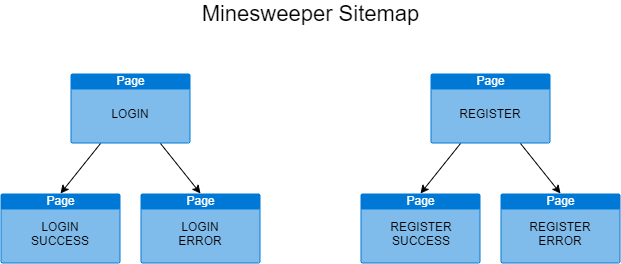
Above: Planning and Design/Sitemap/Sitemap.png in darthxvaderxd/CST-247-Project (draw.io), before the change. Source tidied: cells renumbered, new cells last; positions are measured from the earlier drawing's top-left corner, leaving out a move shared by most shapes.
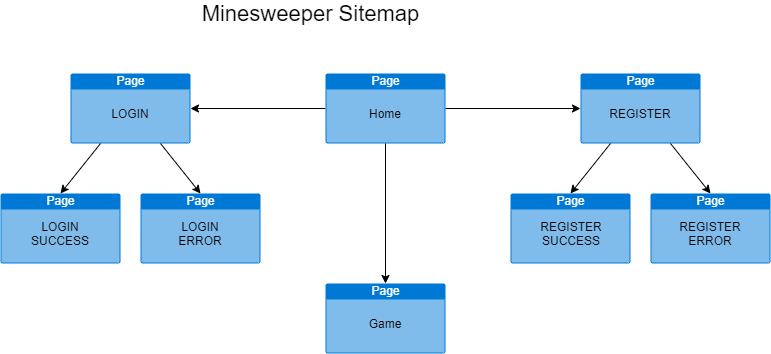
After the change.

What changed in the source:
```diff
@@ -9,10 +9,10 @@
       <mxGeometry x="110" y="100" width="40" height="20" as="geometry" />
     </mxCell>
     <mxCell id="4" value="Page" style="html=1;strokeColor=none;fillColor=#0079D6;labelPosition=center;verticalLabelPosition=middle;verticalAlign=top;align=center;fontSize=12;outlineConnect=0;spacingTop=-6;fontColor=#FFFFFF;shape=mxgraph.sitemap.page;" parent="1" vertex="1">
-      <mxGeometry x="430" y="70" width="120" height="70" as="geometry" />
+      <mxGeometry x="580" y="70" width="120" height="70" as="geometry" />
     </mxCell>
     <mxCell id="5" value="REGISTER" style="text;html=1;strokeColor=none;fillColor=none;align=center;verticalAlign=middle;whiteSpace=wrap;rounded=0;" parent="1" vertex="1">
-      <mxGeometry x="470" y="100" width="40" height="20" as="geometry" />
+      <mxGeometry x="620" y="100" width="40" height="20" as="geometry" />
     </mxCell>
     <mxCell id="6" value="&lt;font style=&quot;font-size: 22px&quot;&gt;Minesweeper Sitemap&lt;/font&gt;" style="text;html=1;strokeColor=none;fillColor=none;align=center;verticalAlign=middle;whiteSpace=wrap;rounded=0;" parent="1" vertex="1">
       <mxGeometry x="200" width="221" height="20" as="geometry" />
@@ -30,16 +30,16 @@
       <mxGeometry x="180" y="220" width="40" height="20" as="geometry" />
     </mxCell>
     <mxCell id="11" value="Page" style="html=1;strokeColor=none;fillColor=#0079D6;labelPosition=center;verticalLabelPosition=middle;verticalAlign=top;align=center;fontSize=12;outlineConnect=0;spacingTop=-6;fontColor=#FFFFFF;shape=mxgraph.sitemap.page;" parent="1" vertex="1">
-      <mxGeometry x="360" y="190" width="120" height="70" as="geometry" />
+      <mxGeometry x="510" y="190" width="120" height="70" as="geometry" />
     </mxCell>
     <mxCell id="12" value="REGISTER SUCCESS" style="text;html=1;strokeColor=none;fillColor=none;align=center;verticalAlign=middle;whiteSpace=wrap;rounded=0;" parent="1" vertex="1">
-      <mxGeometry x="401" y="220" width="40" height="20" as="geometry" />
+      <mxGeometry x="551" y="220" width="40" height="20" as="geometry" />
     </mxCell>
     <mxCell id="13" value="Page" style="html=1;strokeColor=none;fillColor=#0079D6;labelPosition=center;verticalLabelPosition=middle;verticalAlign=top;align=center;fontSize=12;outlineConnect=0;spacingTop=-6;fontColor=#FFFFFF;shape=mxgraph.sitemap.page;" parent="1" vertex="1">
-      <mxGeometry x="500" y="190" width="120" height="70" as="geometry" />
+      <mxGeometry x="650" y="190" width="120" height="70" as="geometry" />
     </mxCell>
     <mxCell id="14" value="REGISTER ERROR" style="text;html=1;strokeColor=none;fillColor=none;align=center;verticalAlign=middle;whiteSpace=wrap;rounded=0;" parent="1" vertex="1">
-      <mxGeometry x="540" y="220" width="40" height="20" as="geometry" />
+      <mxGeometry x="690" y="220" width="40" height="20" as="geometry" />
     </mxCell>
     <mxCell id="15" style="endArrow=classic;html=1;exitX=0.75;exitY=1;exitDx=0;exitDy=0;exitPerimeter=0;entryX=0.5;entryY=0;entryDx=0;entryDy=0;entryPerimeter=0;" parent="1" edge="1" source="2" target="9">
       <mxGeometry relative="1" as="geometry" />
@@ -53,5 +53,26 @@
     <mxCell id="18" style="endArrow=classic;html=1;entryX=0.5;entryY=0;entryDx=0;entryDy=0;entryPerimeter=0;exitX=0.25;exitY=1;exitDx=0;exitDy=0;exitPerimeter=0;" parent="1" edge="1" source="4" target="11">
       <mxGeometry relative="1" as="geometry" />
     </mxCell>
+    <mxCell id="19" value="Page" style="html=1;strokeColor=none;fillColor=#0079D6;labelPosition=center;verticalLabelPosition=middle;verticalAlign=top;align=center;fontSize=12;outlineConnect=0;spacingTop=-6;fontColor=#FFFFFF;shape=mxgraph.sitemap.page;" parent="1" vertex="1">
+      <mxGeometry x="325" y="70" width="120" height="70" as="geometry" />
+    </mxCell>
+    <mxCell id="20" value="Home" style="text;html=1;strokeColor=none;fillColor=none;align=center;verticalAlign=middle;whiteSpace=wrap;rounded=0;" parent="1" vertex="1">
+      <mxGeometry x="365" y="100" width="40" height="20" as="geometry" />
+    </mxCell>
+    <mxCell id="21" style="endArrow=classic;html=1;entryX=1;entryY=0.5;entryDx=0;entryDy=0;entryPerimeter=0;exitX=0;exitY=0.5;exitDx=0;exitDy=0;exitPerimeter=0;" parent="1" edge="1" source="19" target="2">
+      <mxGeometry relative="1" as="geometry" />
+    </mxCell>
+    <mxCell id="22" style="endArrow=classic;html=1;exitX=1;exitY=0.5;exitDx=0;exitDy=0;exitPerimeter=0;entryX=0;entryY=0.5;entryDx=0;entryDy=0;entryPerimeter=0;" parent="1" edge="1" source="19" target="4">
+      <mxGeometry relative="1" as="geometry" />
+    </mxCell>
+    <mxCell id="23" value="Page" style="html=1;strokeColor=none;fillColor=#0079D6;labelPosition=center;verticalLabelPosition=middle;verticalAlign=top;align=center;fontSize=12;outlineConnect=0;spacingTop=-6;fontColor=#FFFFFF;shape=mxgraph.sitemap.page;" parent="1" vertex="1">
+      <mxGeometry x="325" y="280" width="120" height="70" as="geometry" />
+    </mxCell>
+    <mxCell id="24" value="Game" style="text;html=1;strokeColor=none;fillColor=none;align=center;verticalAlign=middle;whiteSpace=wrap;rounded=0;" parent="1" vertex="1">
+      <mxGeometry x="365" y="310" width="40" height="20" as="geometry" />
+    </mxCell>
+    <mxCell id="25" style="endArrow=classic;html=1;exitX=0.5;exitY=1;exitDx=0;exitDy=0;exitPerimeter=0;entryX=0.5;entryY=0;entryDx=0;entryDy=0;entryPerimeter=0;" parent="1" edge="1" source="19" target="23">
+      <mxGeometry relative="1" as="geometry" />
+    </mxCell>
   </root>
 </mxGraphModel>
```
